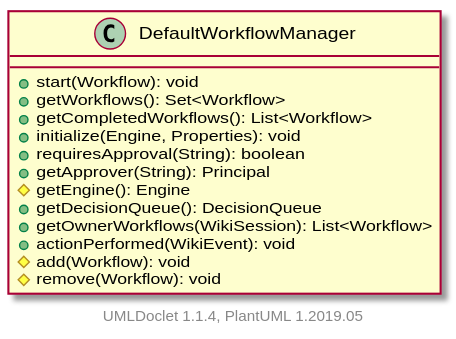
Above: apidocs/2.11.0.M7-SNAPSHOT/org/apache/wiki/workflow/DefaultWorkflowManager.svg in apache/jspwiki-site (PlantUML), before the change.
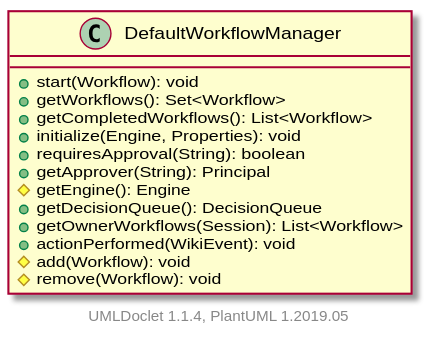
Above is the later version.

Change to the diagram source:
```diff
@@ -9,7 +9,7 @@
         +getApprover(String): Principal
         #getEngine(): Engine
         +getDecisionQueue(): DecisionQueue
-        +getOwnerWorkflows(WikiSession): List<Workflow>
+        +getOwnerWorkflows(Session): List<Workflow>
         +actionPerformed(WikiEvent): void
         #add(Workflow): void
         #remove(Workflow): void
```
